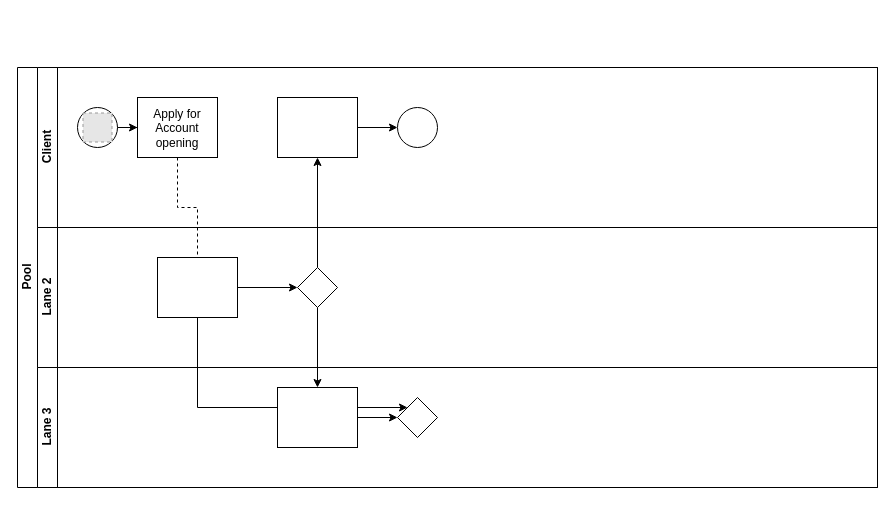
marinazaykova/tutorials keeps this draw.io diagram as Неозаглавена диаграма.drawio. Above is the earlier version. Source tidied: cells renumbered, new cells numbered last; positions are measured from the earlier drawing's top-left corner, leaving out a move shared by most shapes. Both pictures are drawn from the tidied source at 100%, with x=0, y=0 at pixel (17, 67). Pictures stored in the file or linked from it are replaced by grey dashed boxes.
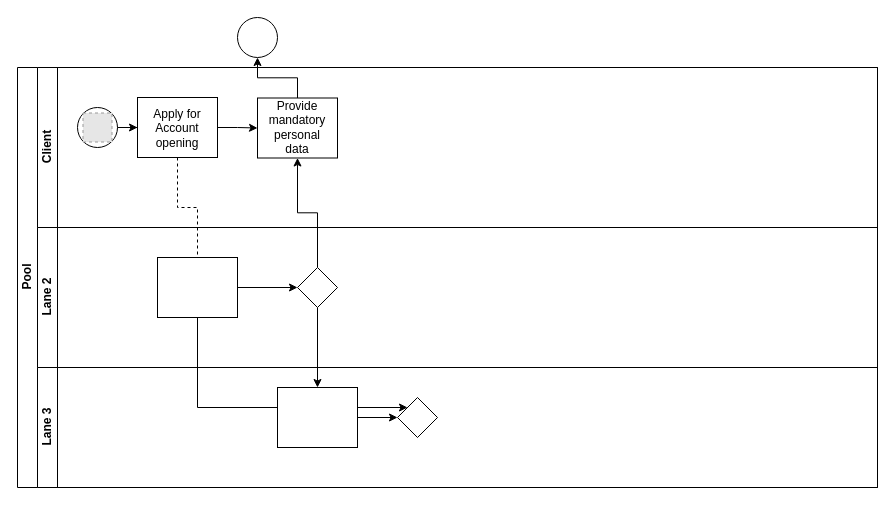
The same page after the edit.

The change refers to these unchanged cells:
```xml
<mxCell id="7" value="Client" style="swimlane;html=1;startSize=20;horizontal=0;" parent="2" vertex="1">
  <mxGeometry x="20" width="840" height="160" as="geometry" />
</mxCell>
<mxCell id="10" style="rounded=0;whiteSpace=wrap;html=1;fontFamily=Helvetica;fontSize=12;fontColor=#000000;align=center;" parent="7" vertex="1">
  <mxGeometry x="100" y="30" width="80" height="60" as="geometry" />
</mxCell>
```

What changed in the source:
```diff
@@
+    <mxCell id="24" style="edgeStyle=orthogonalEdgeStyle;rounded=0;jettySize=auto;html=1;exitX=1;exitY=0.5;exitDx=0;exitDy=0;entryX=0;entryY=0.5;entryDx=0;entryDy=0;" parent="7" edge="1" source="10" target="12">
+      <mxGeometry relative="1" as="geometry" />
+    </mxCell>
@@
-    <mxCell id="11" style="edgeStyle=orthogonalEdgeStyle;rounded=0;jettySize=auto;html=1;endArrow=classic;endFill=1;" parent="7" edge="1" source="12" target="13">
-      <mxGeometry relative="1" as="geometry" />
-    </mxCell>
     <mxCell id="12" style="rounded=0;whiteSpace=wrap;html=1;fontFamily=Helvetica;fontSize=12;fontColor=#000000;align=center;" parent="7" vertex="1">
-      <mxGeometry x="240" y="30" width="80" height="60" as="geometry" />
+      <mxGeometry x="220" y="30.5" width="80" height="60" as="geometry" />
     </mxCell>
-    <mxCell id="13" style="ellipse;whiteSpace=wrap;html=1;" parent="7" vertex="1">
-      <mxGeometry x="360" y="40" width="40" height="40" as="geometry" />
-    </mxCell>
@@
+    <mxCell id="25" value="Provide mandatory personal data" style="text;strokeColor=none;align=center;fillColor=none;html=1;verticalAlign=middle;whiteSpace=wrap;rounded=0;" parent="7" vertex="1">
+      <mxGeometry x="230" y="44.5" width="60" height="30" as="geometry" />
+    </mxCell>
@@
+    <mxCell id="13" style="ellipse;whiteSpace=wrap;html=1;" parent="1" vertex="1">
+      <mxGeometry x="220" y="-50" width="40" height="40" as="geometry" />
+    </mxCell>
+    <mxCell id="11" style="edgeStyle=orthogonalEdgeStyle;rounded=0;jettySize=auto;html=1;endArrow=classic;endFill=1;" parent="1" edge="1" source="12" target="13">
+      <mxGeometry relative="1" as="geometry" />
+    </mxCell>
```
